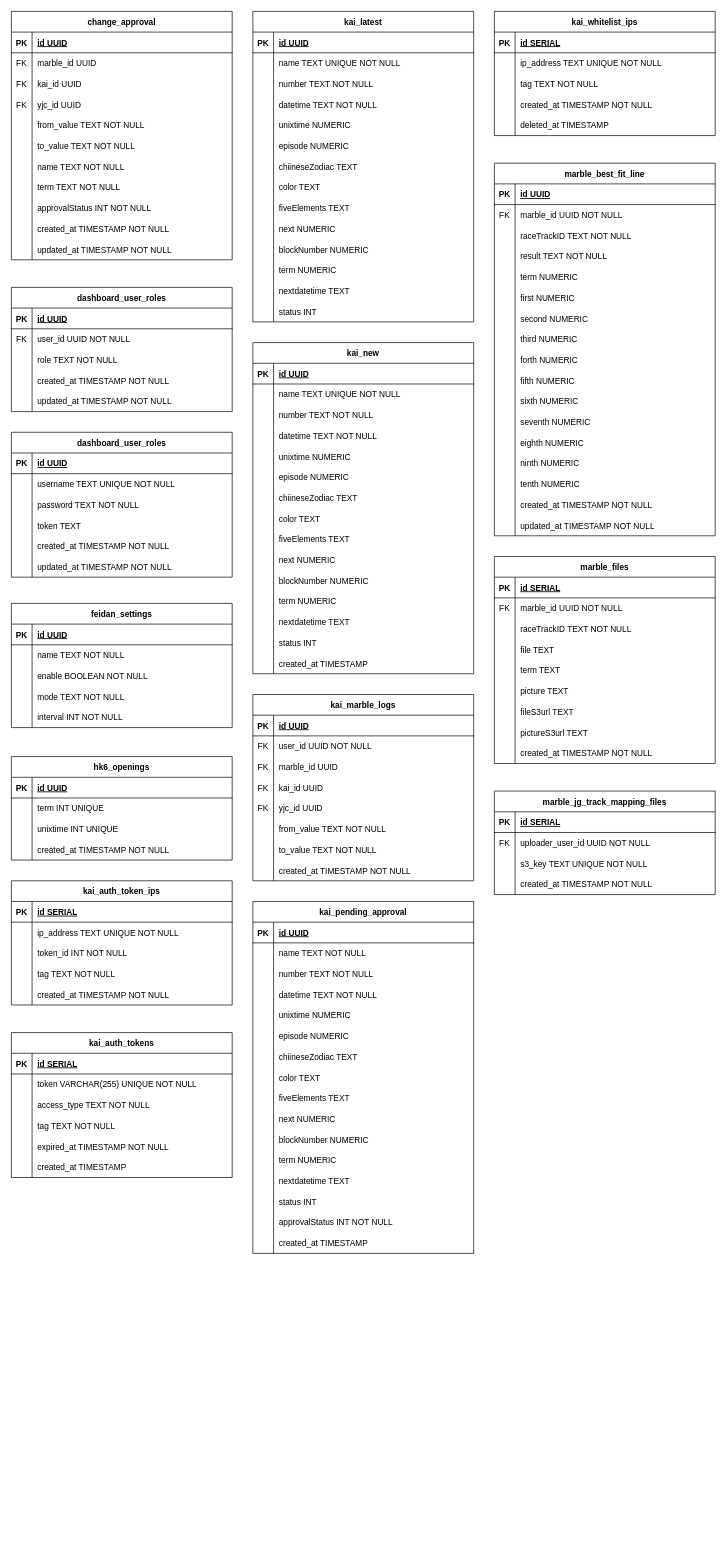
wayneGoCode/drawio-diagrams keeps this draw.io diagram as kai-game-control.drawio. Above is the earlier version. Source tidied: cells renumbered, new cells numbered last; positions are measured from the earlier drawing's top-left corner, leaving out a move shared by most shapes. Both pictures are drawn from the tidied source at 69%, with x=0, y=0 at pixel (11, 11).
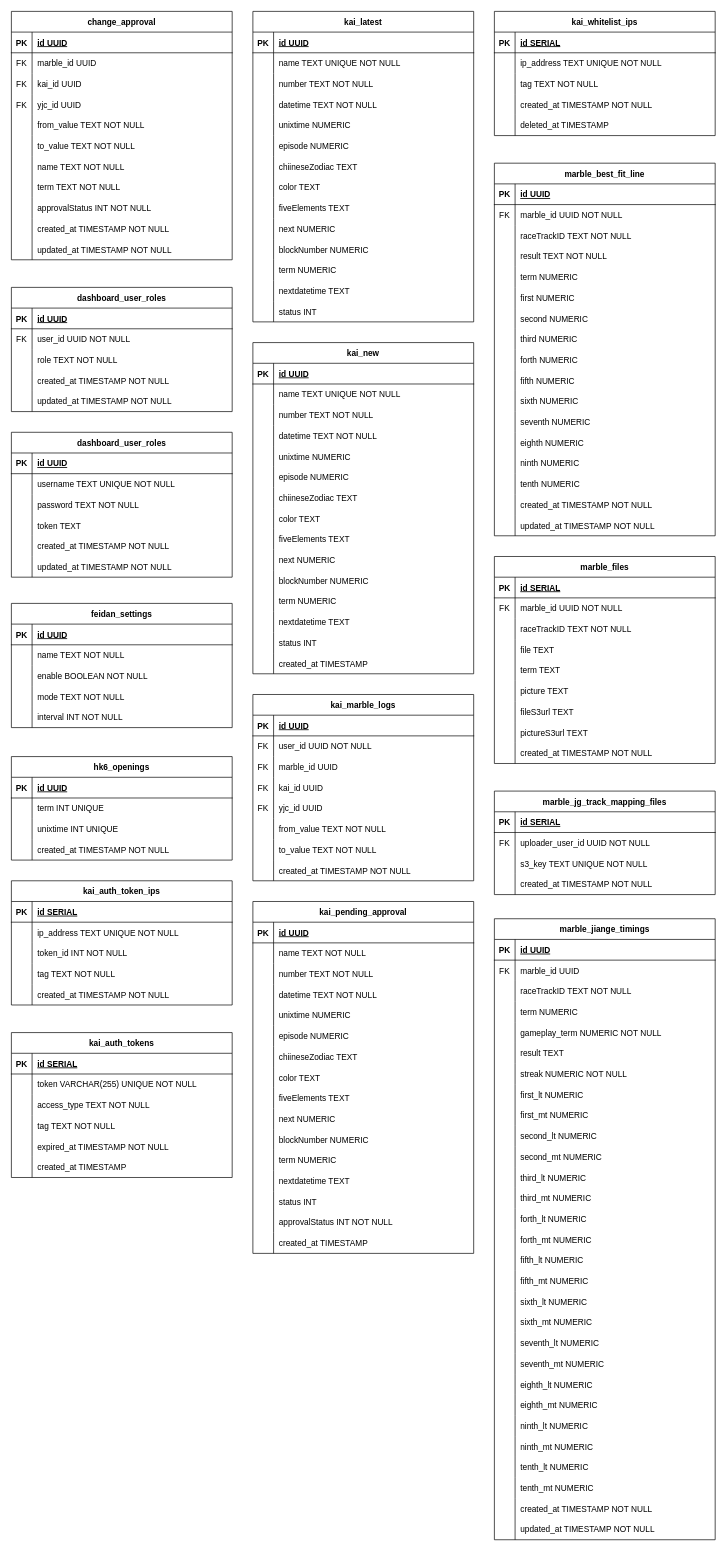
The same page after the edit.

Diff of the diagram source:
```diff
@@
+    <mxCell id="407" value="marble_jiange_timings" style="shape=table;startSize=30;childLayout=tableLayout;rowLines=0;fontStyle=1;align=center;" parent="1" vertex="1">
+      <mxGeometry x="700" y="1315" width="320" height="900" as="geometry" />
+    </mxCell>
+    <mxCell id="408" style="shape=tableRow;horizontal=0;startSize=0;swimlaneHead=0;swimlaneBody=0;fillColor=none;strokeColor=inherit;top=0;left=0;right=0;bottom=1;" parent="407" vertex="1">
+      <mxGeometry y="30" width="320" height="30" as="geometry" />
+    </mxCell>
+    <mxCell id="409" value="PK" style="shape=partialRectangle;overflow=hidden;fillColor=none;strokeColor=inherit;top=0;left=0;bottom=0;right=0;fontStyle=1;" parent="408" vertex="1">
+      <mxGeometry width="30" height="30" as="geometry" />
+    </mxCell>
+    <mxCell id="410" value="id UUID" style="shape=partialRectangle;overflow=hidden;fillColor=none;align=left;strokeColor=inherit;top=0;left=0;bottom=0;right=0;spacingLeft=6;fontStyle=5;" parent="408" vertex="1">
+      <mxGeometry x="30" width="290" height="30" as="geometry" />
+    </mxCell>
+    <mxCell id="411" style="shape=tableRow;horizontal=0;startSize=0;swimlaneHead=0;swimlaneBody=0;fillColor=none;strokeColor=inherit;top=0;left=0;right=0;bottom=0;" parent="407" vertex="1">
+      <mxGeometry y="60" width="320" height="30" as="geometry" />
+    </mxCell>
+    <mxCell id="412" value="FK" style="shape=partialRectangle;overflow=hidden;fillColor=none;strokeColor=inherit;top=0;left=0;bottom=0;right=0;" parent="411" vertex="1">
+      <mxGeometry width="30" height="30" as="geometry" />
+    </mxCell>
+    <mxCell id="413" value="marble_id UUID" style="shape=partialRectangle;overflow=hidden;fillColor=none;align=left;strokeColor=inherit;top=0;left=0;bottom=0;right=0;spacingLeft=6;" parent="411" vertex="1">
+      <mxGeometry x="30" width="290" height="30" as="geometry" />
+    </mxCell>
+    <mxCell id="414" style="shape=tableRow;horizontal=0;startSize=0;swimlaneHead=0;swimlaneBody=0;fillColor=none;strokeColor=inherit;top=0;left=0;right=0;bottom=0;" parent="407" vertex="1">
+      <mxGeometry y="90" width="320" height="30" as="geometry" />
+    </mxCell>
+    <mxCell id="415" style="shape=partialRectangle;overflow=hidden;fillColor=none;strokeColor=inherit;top=0;left=0;bottom=0;right=0;" parent="414" vertex="1">
+      <mxGeometry width="30" height="30" as="geometry" />
+    </mxCell>
+    <mxCell id="416" value="raceTrackID TEXT NOT NULL" style="shape=partialRectangle;overflow=hidden;fillColor=none;align=left;strokeColor=inherit;top=0;left=0;bottom=0;right=0;spacingLeft=6;" parent="414" vertex="1">
+      <mxGeometry x="30" width="290" height="30" as="geometry" />
+    </mxCell>
+    <mxCell id="417" style="shape=tableRow;horizontal=0;startSize=0;swimlaneHead=0;swimlaneBody=0;fillColor=none;strokeColor=inherit;top=0;left=0;right=0;bottom=0;" parent="407" vertex="1">
+      <mxGeometry y="120" width="320" height="30" as="geometry" />
+    </mxCell>
+    <mxCell id="418" style="shape=partialRectangle;overflow=hidden;fillColor=none;strokeColor=inherit;top=0;left=0;bottom=0;right=0;" parent="417" vertex="1">
+      <mxGeometry width="30" height="30" as="geometry" />
+    </mxCell>
+    <mxCell id="419" value="term NUMERIC" style="shape=partialRectangle;overflow=hidden;fillColor=none;align=left;strokeColor=inherit;top=0;left=0;bottom=0;right=0;spacingLeft=6;" parent="417" vertex="1">
+      <mxGeometry x="30" width="290" height="30" as="geometry" />
+    </mxCell>
+    <mxCell id="420" style="shape=tableRow;horizontal=0;startSize=0;swimlaneHead=0;swimlaneBody=0;fillColor=none;strokeColor=inherit;top=0;left=0;right=0;bottom=0;" parent="407" vertex="1">
+      <mxGeometry y="150" width="320" height="30" as="geometry" />
+    </mxCell>
+    <mxCell id="421" style="shape=partialRectangle;overflow=hidden;fillColor=none;strokeColor=inherit;top=0;left=0;bottom=0;right=0;" parent="420" vertex="1">
+      <mxGeometry width="30" height="30" as="geometry" />
+    </mxCell>
+    <mxCell id="422" value="gameplay_term NUMERIC NOT NULL" style="shape=partialRectangle;overflow=hidden;fillColor=none;align=left;strokeColor=inherit;top=0;left=0;bottom=0;right=0;spacingLeft=6;" parent="420" vertex="1">
+      <mxGeometry x="30" width="290" height="30" as="geometry" />
+    </mxCell>
+    <mxCell id="423" style="shape=tableRow;horizontal=0;startSize=0;swimlaneHead=0;swimlaneBody=0;fillColor=none;strokeColor=inherit;top=0;left=0;right=0;bottom=0;" parent="407" vertex="1">
+      <mxGeometry y="180" width="320" height="30" as="geometry" />
+    </mxCell>
+    <mxCell id="424" style="shape=partialRectangle;overflow=hidden;fillColor=none;strokeColor=inherit;top=0;left=0;bottom=0;right=0;" parent="423" vertex="1">
+      <mxGeometry width="30" height="30" as="geometry" />
+    </mxCell>
+    <mxCell id="425" value="result TEXT" style="shape=partialRectangle;overflow=hidden;fillColor=none;align=left;strokeColor=inherit;top=0;left=0;bottom=0;right=0;spacingLeft=6;" parent="423" vertex="1">
+      <mxGeometry x="30" width="290" height="30" as="geometry" />
+    </mxCell>
+    <mxCell id="426" style="shape=tableRow;horizontal=0;startSize=0;swimlaneHead=0;swimlaneBody=0;fillColor=none;strokeColor=inherit;top=0;left=0;right=0;bottom=0;" parent="407" vertex="1">
+      <mxGeometry y="210" width="320" height="30" as="geometry" />
+    </mxCell>
+    <mxCell id="427" style="shape=partialRectangle;overflow=hidden;fillColor=none;strokeColor=inherit;top=0;left=0;bottom=0;right=0;" parent="426" vertex="1">
+      <mxGeometry width="30" height="30" as="geometry" />
+    </mxCell>
+    <mxCell id="428" value="streak NUMERIC NOT NULL" style="shape=partialRectangle;overflow=hidden;fillColor=none;align=left;strokeColor=inherit;top=0;left=0;bottom=0;right=0;spacingLeft=6;" parent="426" vertex="1">
+      <mxGeometry x="30" width="290" height="30" as="geometry" />
+    </mxCell>
+    <mxCell id="429" style="shape=tableRow;horizontal=0;startSize=0;swimlaneHead=0;swimlaneBody=0;fillColor=none;strokeColor=inherit;top=0;left=0;right=0;bottom=0;" parent="407" vertex="1">
+      <mxGeometry y="240" width="320" height="30" as="geometry" />
+    </mxCell>
+    <mxCell id="430" style="shape=partialRectangle;overflow=hidden;fillColor=none;strokeColor=inherit;top=0;left=0;bottom=0;right=0;" parent="429" vertex="1">
+      <mxGeometry width="30" height="30" as="geometry" />
+    </mxCell>
+    <mxCell id="431" value="first_lt NUMERIC" style="shape=partialRectangle;overflow=hidden;fillColor=none;align=left;strokeColor=inherit;top=0;left=0;bottom=0;right=0;spacingLeft=6;" parent="429" vertex="1">
+      <mxGeometry x="30" width="290" height="30" as="geometry" />
+    </mxCell>
+    <mxCell id="432" style="shape=tableRow;horizontal=0;startSize=0;swimlaneHead=0;swimlaneBody=0;fillColor=none;strokeColor=inherit;top=0;left=0;right=0;bottom=0;" parent="407" vertex="1">
+      <mxGeometry y="270" width="320" height="30" as="geometry" />
+    </mxCell>
+    <mxCell id="433" style="shape=partialRectangle;overflow=hidden;fillColor=none;strokeColor=inherit;top=0;left=0;bottom=0;right=0;" parent="432" vertex="1">
+      <mxGeometry width="30" height="30" as="geometry" />
+    </mxCell>
+    <mxCell id="434" value="first_mt NUMERIC" style="shape=partialRectangle;overflow=hidden;fillColor=none;align=left;strokeColor=inherit;top=0;left=0;bottom=0;right=0;spacingLeft=6;" parent="432" vertex="1">
+      <mxGeometry x="30" width="290" height="30" as="geometry" />
+    </mxCell>
+    <mxCell id="435" style="shape=tableRow;horizontal=0;startSize=0;swimlaneHead=0;swimlaneBody=0;fillColor=none;strokeColor=inherit;top=0;left=0;right=0;bottom=0;" parent="407" vertex="1">
+      <mxGeometry y="300" width="320" height="30" as="geometry" />
+    </mxCell>
+    <mxCell id="436" style="shape=partialRectangle;overflow=hidden;fillColor=none;strokeColor=inherit;top=0;left=0;bottom=0;right=0;" parent="435" vertex="1">
+      <mxGeometry width="30" height="30" as="geometry" />
+    </mxCell>
+    <mxCell id="437" value="second_lt NUMERIC" style="shape=partialRectangle;overflow=hidden;fillColor=none;align=left;strokeColor=inherit;top=0;left=0;bottom=0;right=0;spacingLeft=6;" parent="435" vertex="1">
+      <mxGeometry x="30" width="290" height="30" as="geometry" />
+    </mxCell>
+    <mxCell id="438" style="shape=tableRow;horizontal=0;startSize=0;swimlaneHead=0;swimlaneBody=0;fillColor=none;strokeColor=inherit;top=0;left=0;right=0;bottom=0;" parent="407" vertex="1">
+      <mxGeometry y="330" width="320" height="30" as="geometry" />
+    </mxCell>
+    <mxCell id="439" style="shape=partialRectangle;overflow=hidden;fillColor=none;strokeColor=inherit;top=0;left=0;bottom=0;right=0;" parent="438" vertex="1">
+      <mxGeometry width="30" height="30" as="geometry" />
+    </mxCell>
+    <mxCell id="440" value="second_mt NUMERIC" style="shape=partialRectangle;overflow=hidden;fillColor=none;align=left;strokeColor=inherit;top=0;left=0;bottom=0;right=0;spacingLeft=6;" parent="438" vertex="1">
+      <mxGeometry x="30" width="290" height="30" as="geometry" />
+    </mxCell>
+    <mxCell id="441" style="shape=tableRow;horizontal=0;startSize=0;swimlaneHead=0;swimlaneBody=0;fillColor=none;strokeColor=inherit;top=0;left=0;right=0;bottom=0;" parent="407" vertex="1">
+      <mxGeometry y="360" width="320" height="30" as="geometry" />
+    </mxCell>
+    <mxCell id="442" style="shape=partialRectangle;overflow=hidden;fillColor=none;strokeColor=inherit;top=0;left=0;bottom=0;right=0;" parent="441" vertex="1">
+      <mxGeometry width="30" height="30" as="geometry" />
+    </mxCell>
+    <mxCell id="443" value="third_lt NUMERIC" style="shape=partialRectangle;overflow=hidden;fillColor=none;align=left;strokeColor=inherit;top=0;left=0;bottom=0;right=0;spacingLeft=6;" parent="441" vertex="1">
+      <mxGeometry x="30" width="290" height="30" as="geometry" />
+    </mxCell>
+    <mxCell id="444" style="shape=tableRow;horizontal=0;startSize=0;swimlaneHead=0;swimlaneBody=0;fillColor=none;strokeColor=inherit;top=0;left=0;right=0;bottom=0;" parent="407" vertex="1">
+      <mxGeometry y="390" width="320" height="30" as="geometry" />
+    </mxCell>
+    <mxCell id="445" style="shape=partialRectangle;overflow=hidden;fillColor=none;strokeColor=inherit;top=0;left=0;bottom=0;right=0;" parent="444" vertex="1">
+      <mxGeometry width="30" height="30" as="geometry" />
+    </mxCell>
+    <mxCell id="446" value="third_mt NUMERIC" style="shape=partialRectangle;overflow=hidden;fillColor=none;align=left;strokeColor=inherit;top=0;left=0;bottom=0;right=0;spacingLeft=6;" parent="444" vertex="1">
+      <mxGeometry x="30" width="290" height="30" as="geometry" />
+    </mxCell>
+    <mxCell id="447" style="shape=tableRow;horizontal=0;startSize=0;swimlaneHead=0;swimlaneBody=0;fillColor=none;strokeColor=inherit;top=0;left=0;right=0;bottom=0;" parent="407" vertex="1">
+      <mxGeometry y="420" width="320" height="30" as="geometry" />
+    </mxCell>
+    <mxCell id="448" style="shape=partialRectangle;overflow=hidden;fillColor=none;strokeColor=inherit;top=0;left=0;bottom=0;right=0;" parent="447" vertex="1">
+      <mxGeometry width="30" height="30" as="geometry" />
+    </mxCell>
+    <mxCell id="449" value="forth_lt NUMERIC" style="shape=partialRectangle;overflow=hidden;fillColor=none;align=left;strokeColor=inherit;top=0;left=0;bottom=0;right=0;spacingLeft=6;" parent="447" vertex="1">
+      <mxGeometry x="30" width="290" height="30" as="geometry" />
+    </mxCell>
+    <mxCell id="450" style="shape=tableRow;horizontal=0;startSize=0;swimlaneHead=0;swimlaneBody=0;fillColor=none;strokeColor=inherit;top=0;left=0;right=0;bottom=0;" parent="407" vertex="1">
+      <mxGeometry y="450" width="320" height="30" as="geometry" />
+    </mxCell>
+    <mxCell id="451" style="shape=partialRectangle;overflow=hidden;fillColor=none;strokeColor=inherit;top=0;left=0;bottom=0;right=0;" parent="450" vertex="1">
+      <mxGeometry width="30" height="30" as="geometry" />
+    </mxCell>
+    <mxCell id="452" value="forth_mt NUMERIC" style="shape=partialRectangle;overflow=hidden;fillColor=none;align=left;strokeColor=inherit;top=0;left=0;bottom=0;right=0;spacingLeft=6;" parent="450" vertex="1">
+      <mxGeometry x="30" width="290" height="30" as="geometry" />
+    </mxCell>
+    <mxCell id="453" style="shape=tableRow;horizontal=0;startSize=0;swimlaneHead=0;swimlaneBody=0;fillColor=none;strokeColor=inherit;top=0;left=0;right=0;bottom=0;" parent="407" vertex="1">
+      <mxGeometry y="480" width="320" height="30" as="geometry" />
+    </mxCell>
+    <mxCell id="454" style="shape=partialRectangle;overflow=hidden;fillColor=none;strokeColor=inherit;top=0;left=0;bottom=0;right=0;" parent="453" vertex="1">
+      <mxGeometry width="30" height="30" as="geometry" />
+    </mxCell>
+    <mxCell id="455" value="fifth_lt NUMERIC" style="shape=partialRectangle;overflow=hidden;fillColor=none;align=left;strokeColor=inherit;top=0;left=0;bottom=0;right=0;spacingLeft=6;" parent="453" vertex="1">
+      <mxGeometry x="30" width="290" height="30" as="geometry" />
+    </mxCell>
+    <mxCell id="456" style="shape=tableRow;horizontal=0;startSize=0;swimlaneHead=0;swimlaneBody=0;fillColor=none;strokeColor=inherit;top=0;left=0;right=0;bottom=0;" parent="407" vertex="1">
+      <mxGeometry y="510" width="320" height="30" as="geometry" />
+    </mxCell>
+    <mxCell id="457" style="shape=partialRectangle;overflow=hidden;fillColor=none;strokeColor=inherit;top=0;left=0;bottom=0;right=0;" parent="456" vertex="1">
+      <mxGeometry width="30" height="30" as="geometry" />
+    </mxCell>
+    <mxCell id="458" value="fifth_mt NUMERIC" style="shape=partialRectangle;overflow=hidden;fillColor=none;align=left;strokeColor=inherit;top=0;left=0;bottom=0;right=0;spacingLeft=6;" parent="456" vertex="1">
+      <mxGeometry x="30" width="290" height="30" as="geometry" />
+    </mxCell>
+    <mxCell id="459" style="shape=tableRow;horizontal=0;startSize=0;swimlaneHead=0;swimlaneBody=0;fillColor=none;strokeColor=inherit;top=0;left=0;right=0;bottom=0;" parent="407" vertex="1">
+      <mxGeometry y="540" width="320" height="30" as="geometry" />
+    </mxCell>
+    <mxCell id="460" style="shape=partialRectangle;overflow=hidden;fillColor=none;strokeColor=inherit;top=0;left=0;bottom=0;right=0;" parent="459" vertex="1">
+      <mxGeometry width="30" height="30" as="geometry" />
+    </mxCell>
+    <mxCell id="461" value="sixth_lt NUMERIC" style="shape=partialRectangle;overflow=hidden;fillColor=none;align=left;strokeColor=inherit;top=0;left=0;bottom=0;right=0;spacingLeft=6;" parent="459" vertex="1">
+      <mxGeometry x="30" width="290" height="30" as="geometry" />
+    </mxCell>
+    <mxCell id="462" style="shape=tableRow;horizontal=0;startSize=0;swimlaneHead=0;swimlaneBody=0;fillColor=none;strokeColor=inherit;top=0;left=0;right=0;bottom=0;" parent="407" vertex="1">
+      <mxGeometry y="570" width="320" height="30" as="geometry" />
+    </mxCell>
+    <mxCell id="463" style="shape=partialRectangle;overflow=hidden;fillColor=none;strokeColor=inherit;top=0;left=0;bottom=0;right=0;" parent="462" vertex="1">
+      <mxGeometry width="30" height="30" as="geometry" />
+    </mxCell>
+    <mxCell id="464" value="sixth_mt NUMERIC" style="shape=partialRectangle;overflow=hidden;fillColor=none;align=left;strokeColor=inherit;top=0;left=0;bottom=0;right=0;spacingLeft=6;" parent="462" vertex="1">
+      <mxGeometry x="30" width="290" height="30" as="geometry" />
+    </mxCell>
+    <mxCell id="465" style="shape=tableRow;horizontal=0;startSize=0;swimlaneHead=0;swimlaneBody=0;fillColor=none;strokeColor=inherit;top=0;left=0;right=0;bottom=0;" parent="407" vertex="1">
+      <mxGeometry y="600" width="320" height="30" as="geometry" />
+    </mxCell>
+    <mxCell id="466" style="shape=partialRectangle;overflow=hidden;fillColor=none;strokeColor=inherit;top=0;left=0;bottom=0;right=0;" parent="465" vertex="1">
+      <mxGeometry width="30" height="30" as="geometry" />
+    </mxCell>
+    <mxCell id="467" value="seventh_lt NUMERIC" style="shape=partialRectangle;overflow=hidden;fillColor=none;align=left;strokeColor=inherit;top=0;left=0;bottom=0;right=0;spacingLeft=6;" parent="465" vertex="1">
+      <mxGeometry x="30" width="290" height="30" as="geometry" />
+    </mxCell>
+    <mxCell id="468" style="shape=tableRow;horizontal=0;startSize=0;swimlaneHead=0;swimlaneBody=0;fillColor=none;strokeColor=inherit;top=0;left=0;right=0;bottom=0;" parent="407" vertex="1">
+      <mxGeometry y="630" width="320" height="30" as="geometry" />
+    </mxCell>
+    <mxCell id="469" style="shape=partialRectangle;overflow=hidden;fillColor=none;strokeColor=inherit;top=0;left=0;bottom=0;right=0;" parent="468" vertex="1">
+      <mxGeometry width="30" height="30" as="geometry" />
+    </mxCell>
+    <mxCell id="470" value="seventh_mt NUMERIC" style="shape=partialRectangle;overflow=hidden;fillColor=none;align=left;strokeColor=inherit;top=0;left=0;bottom=0;right=0;spacingLeft=6;" parent="468" vertex="1">
+      <mxGeometry x="30" width="290" height="30" as="geometry" />
+    </mxCell>
+    <mxCell id="471" style="shape=tableRow;horizontal=0;startSize=0;swimlaneHead=0;swimlaneBody=0;fillColor=none;strokeColor=inherit;top=0;left=0;right=0;bottom=0;" parent="407" vertex="1">
+      <mxGeometry y="660" width="320" height="30" as="geometry" />
+    </mxCell>
+    <mxCell id="472" style="shape=partialRectangle;overflow=hidden;fillColor=none;strokeColor=inherit;top=0;left=0;bottom=0;right=0;" parent="471" vertex="1">
+      <mxGeometry width="30" height="30" as="geometry" />
+    </mxCell>
+    <mxCell id="473" value="eighth_lt NUMERIC" style="shape=partialRectangle;overflow=hidden;fillColor=none;align=left;strokeColor=inherit;top=0;left=0;bottom=0;right=0;spacingLeft=6;" parent="471" vertex="1">
+      <mxGeometry x="30" width="290" height="30" as="geometry" />
+    </mxCell>
+    <mxCell id="474" style="shape=tableRow;horizontal=0;startSize=0;swimlaneHead=0;swimlaneBody=0;fillColor=none;strokeColor=inherit;top=0;left=0;right=0;bottom=0;" parent="407" vertex="1">
+      <mxGeometry y="690" width="320" height="30" as="geometry" />
+    </mxCell>
+    <mxCell id="475" style="shape=partialRectangle;overflow=hidden;fillColor=none;strokeColor=inherit;top=0;left=0;bottom=0;right=0;" parent="474" vertex="1">
+      <mxGeometry width="30" height="30" as="geometry" />
+    </mxCell>
+    <mxCell id="476" value="eighth_mt NUMERIC" style="shape=partialRectangle;overflow=hidden;fillColor=none;align=left;strokeColor=inherit;top=0;left=0;bottom=0;right=0;spacingLeft=6;" parent="474" vertex="1">
+      <mxGeometry x="30" width="290" height="30" as="geometry" />
+    </mxCell>
+    <mxCell id="477" style="shape=tableRow;horizontal=0;startSize=0;swimlaneHead=0;swimlaneBody=0;fillColor=none;strokeColor=inherit;top=0;left=0;right=0;bottom=0;" parent="407" vertex="1">
+      <mxGeometry y="720" width="320" height="30" as="geometry" />
+    </mxCell>
+    <mxCell id="478" style="shape=partialRectangle;overflow=hidden;fillColor=none;strokeColor=inherit;top=0;left=0;bottom=0;right=0;" parent="477" vertex="1">
+      <mxGeometry width="30" height="30" as="geometry" />
+    </mxCell>
+    <mxCell id="479" value="ninth_lt NUMERIC" style="shape=partialRectangle;overflow=hidden;fillColor=none;align=left;strokeColor=inherit;top=0;left=0;bottom=0;right=0;spacingLeft=6;" parent="477" vertex="1">
+      <mxGeometry x="30" width="290" height="30" as="geometry" />
+    </mxCell>
+    <mxCell id="480" style="shape=tableRow;horizontal=0;startSize=0;swimlaneHead=0;swimlaneBody=0;fillColor=none;strokeColor=inherit;top=0;left=0;right=0;bottom=0;" parent="407" vertex="1">
+      <mxGeometry y="750" width="320" height="30" as="geometry" />
+    </mxCell>
+    <mxCell id="481" style="shape=partialRectangle;overflow=hidden;fillColor=none;strokeColor=inherit;top=0;left=0;bottom=0;right=0;" parent="480" vertex="1">
+      <mxGeometry width="30" height="30" as="geometry" />
+    </mxCell>
+    <mxCell id="482" value="ninth_mt NUMERIC" style="shape=partialRectangle;overflow=hidden;fillColor=none;align=left;strokeColor=inherit;top=0;left=0;bottom=0;right=0;spacingLeft=6;" parent="480" vertex="1">
+      <mxGeometry x="30" width="290" height="30" as="geometry" />
+    </mxCell>
+    <mxCell id="483" style="shape=tableRow;horizontal=0;startSize=0;swimlaneHead=0;swimlaneBody=0;fillColor=none;strokeColor=inherit;top=0;left=0;right=0;bottom=0;" parent="407" vertex="1">
+      <mxGeometry y="780" width="320" height="30" as="geometry" />
+    </mxCell>
+    <mxCell id="484" style="shape=partialRectangle;overflow=hidden;fillColor=none;strokeColor=inherit;top=0;left=0;bottom=0;right=0;" parent="483" vertex="1">
+      <mxGeometry width="30" height="30" as="geometry" />
+    </mxCell>
+    <mxCell id="485" value="tenth_lt NUMERIC" style="shape=partialRectangle;overflow=hidden;fillColor=none;align=left;strokeColor=inherit;top=0;left=0;bottom=0;right=0;spacingLeft=6;" parent="483" vertex="1">
+      <mxGeometry x="30" width="290" height="30" as="geometry" />
+    </mxCell>
+    <mxCell id="486" style="shape=tableRow;horizontal=0;startSize=0;swimlaneHead=0;swimlaneBody=0;fillColor=none;strokeColor=inherit;top=0;left=0;right=0;bottom=0;" parent="407" vertex="1">
+      <mxGeometry y="810" width="320" height="30" as="geometry" />
+    </mxCell>
+    <mxCell id="487" style="shape=partialRectangle;overflow=hidden;fillColor=none;strokeColor=inherit;top=0;left=0;bottom=0;right=0;" parent="486" vertex="1">
+      <mxGeometry width="30" height="30" as="geometry" />
+    </mxCell>
+    <mxCell id="488" value="tenth_mt NUMERIC" style="shape=partialRectangle;overflow=hidden;fillColor=none;align=left;strokeColor=inherit;top=0;left=0;bottom=0;right=0;spacingLeft=6;" parent="486" vertex="1">
+      <mxGeometry x="30" width="290" height="30" as="geometry" />
+    </mxCell>
+    <mxCell id="489" style="shape=tableRow;horizontal=0;startSize=0;swimlaneHead=0;swimlaneBody=0;fillColor=none;strokeColor=inherit;top=0;left=0;right=0;bottom=0;" parent="407" vertex="1">
+      <mxGeometry y="840" width="320" height="30" as="geometry" />
+    </mxCell>
+    <mxCell id="490" style="shape=partialRectangle;overflow=hidden;fillColor=none;strokeColor=inherit;top=0;left=0;bottom=0;right=0;" parent="489" vertex="1">
+      <mxGeometry width="30" height="30" as="geometry" />
+    </mxCell>
+    <mxCell id="491" value="created_at TIMESTAMP NOT NULL" style="shape=partialRectangle;overflow=hidden;fillColor=none;align=left;strokeColor=inherit;top=0;left=0;bottom=0;right=0;spacingLeft=6;" parent="489" vertex="1">
+      <mxGeometry x="30" width="290" height="30" as="geometry" />
+    </mxCell>
+    <mxCell id="492" style="shape=tableRow;horizontal=0;startSize=0;swimlaneHead=0;swimlaneBody=0;fillColor=none;strokeColor=inherit;top=0;left=0;right=0;bottom=0;" parent="407" vertex="1">
+      <mxGeometry y="870" width="320" height="30" as="geometry" />
+    </mxCell>
+    <mxCell id="493" style="shape=partialRectangle;overflow=hidden;fillColor=none;strokeColor=inherit;top=0;left=0;bottom=0;right=0;" parent="492" vertex="1">
+      <mxGeometry width="30" height="30" as="geometry" />
+    </mxCell>
+    <mxCell id="494" value="updated_at TIMESTAMP NOT NULL" style="shape=partialRectangle;overflow=hidden;fillColor=none;align=left;strokeColor=inherit;top=0;left=0;bottom=0;right=0;spacingLeft=6;" parent="492" vertex="1">
+      <mxGeometry x="30" width="290" height="30" as="geometry" />
+    </mxCell>
```
